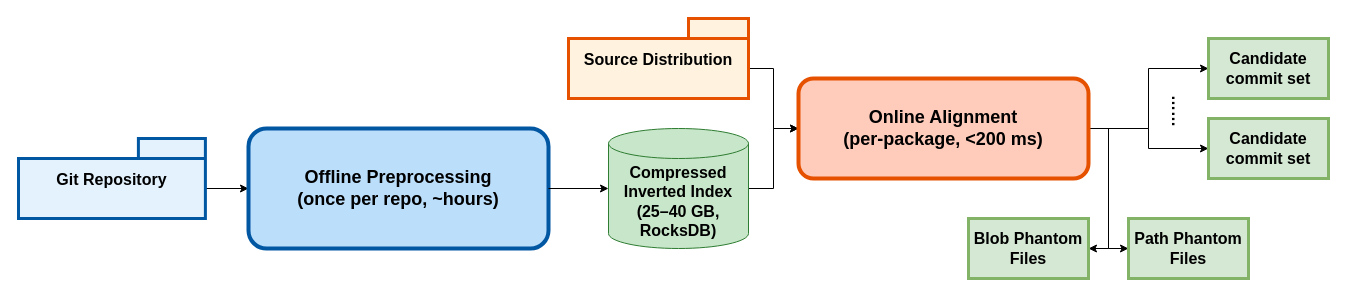
Above: page "Page-1: GVCA Overview" (1 of 2) of gvca-overview.drawio in npc1054657282/diagram (draw.io), before the change. Source tidied: cells renumbered, new cells numbered last; positions are measured from the earlier drawing's top-left corner, leaving out a move shared by most shapes. Both pictures are drawn from the tidied source at 100%, with x=0, y=0 at pixel (18, 18).
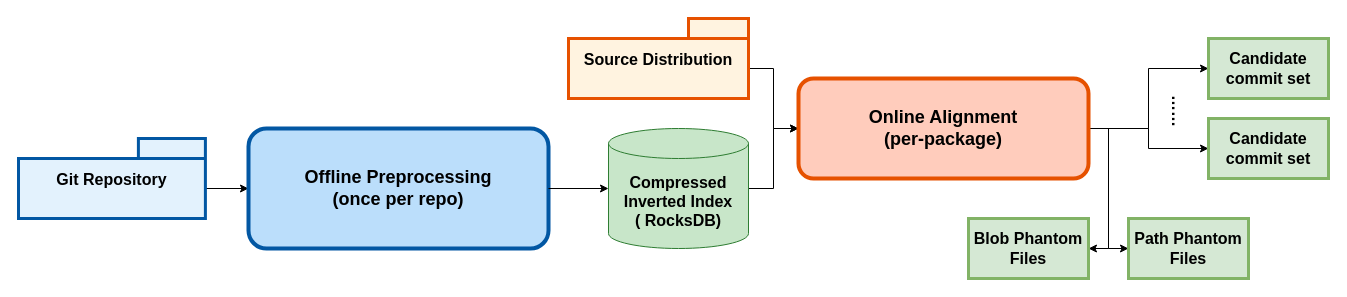
The same page after the edit.

Diff of the diagram source:
```diff
@@
-    <mxCell id="6" value="Offline Preprocessing&#10;(once per repo, ~hours)" style="rounded=1;whiteSpace=wrap;html=1;strokeColor=#0257A3;fillColor=#BBDEFB;strokeWidth=4;fontSize=18;fontStyle=1;" parent="1" vertex="1">
+    <mxCell id="6" value="Offline Preprocessing&lt;br&gt;(once per repo)" style="rounded=1;whiteSpace=wrap;html=1;strokeColor=#0257A3;fillColor=#BBDEFB;strokeWidth=4;fontSize=18;fontStyle=1;" parent="1" vertex="1">
       <mxGeometry x="230" y="110" width="300" height="120" as="geometry" />
     </mxCell>
@@
-    <mxCell id="8" value="Compressed Inverted Index&#10;(25–40 GB, RocksDB)" style="shape=cylinder3;whiteSpace=wrap;html=1;boundedLbl=1;backgroundOutline=1;size=15;strokeColor=#2E7D32;fillColor=#C8E6C9;fontSize=16;fontStyle=1;" parent="1" vertex="1">
+    <mxCell id="8" value="Compressed Inverted Index&lt;br&gt;( RocksDB)" style="shape=cylinder3;whiteSpace=wrap;html=1;boundedLbl=1;backgroundOutline=1;size=15;strokeColor=#2E7D32;fillColor=#C8E6C9;fontSize=16;fontStyle=1;" parent="1" vertex="1">
       <mxGeometry x="590" y="110" width="140" height="120" as="geometry" />
     </mxCell>
@@
-    <mxCell id="13" value="Online Alignment&#10;(per-package, &lt;200 ms)" style="rounded=1;whiteSpace=wrap;html=1;strokeColor=#E65100;fillColor=#FFCCBC;strokeWidth=4;fontSize=18;fontStyle=1;" parent="1" vertex="1">
+    <mxCell id="13" value="Online Alignment&lt;br&gt;(per-package)" style="rounded=1;whiteSpace=wrap;html=1;strokeColor=#E65100;fillColor=#FFCCBC;strokeWidth=4;fontSize=18;fontStyle=1;" parent="1" vertex="1">
       <mxGeometry x="780" y="60" width="290" height="100" as="geometry" />
     </mxCell>
```
